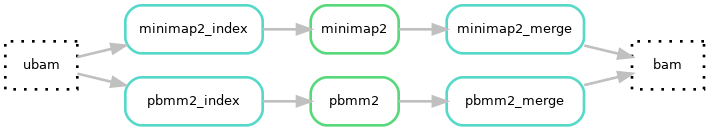
hydra-genetics/alignment keeps this Graphviz diagram as docs/images/alignment.longread.png. Above is the earlier version. Its source is kept beside it as docs/images/alignment.longread.dot. Source of this version:
```dot
digraph snakemake_dag {
             rankdir=LR;
	graph [bb="0,0,103,252",
		bgcolor=white,
		margin=0
	];
	node [fontname=sans,
		fontsize=10,
		label="\N",
		penwidth=2,
		style=rounded,
		shape=box
	];
	edge [color=grey,
		penwidth=2
	];
	10	[color="0.0 0.0 0.0",
		height=0.5,
		label="ubam",
		pos="51.5,18",
		width=0.75, style="dotted"];
	0	 [color="0.0 0.0 0.0",
		height=0.5,
		label="bam",
		pos="51.5,18",
		width=0.75, style="dotted"];
	2 -> 0	 [pos="e,51.5,36.413 51.5,71.831 51.5,64.131 51.5,54.974 51.5,46.417"];
	4	 [color="0.48 0.6 0.85",
		height=0.5,
		label=minimap2_index,
		pos="51.5,162",
		width=1.4306];
	2	 [color="0.48 0.6 0.85",
		height=0.5,
		label=minimap2_merge,
		pos="51.5,162",
		width=1.4306];
	3	 [color="0.38 0.6 0.85",
		height=0.5,
		label=minimap2,
		pos="51.5,234",
		width=0.91667];
	5	 [color="0.48 0.6 0.85",
		height=0.5,
		label=pbmm2_index,
		pos="51.5,162",
		width=1.4306];
	6	 [color="0.48 0.6 0.85",
		height=0.5,
		label=pbmm2_merge,
		pos="51.5,162",
		width=1.4306];
	7	 [color="0.38 0.6 0.85",
		height=0.5,
		label=pbmm2,
		pos="51.5,234",
		width=0.91667];
	3 -> 2	 [pos="e,51.5,180.41 51.5,215.83 51.5,208.13 51.5,198.97 51.5,190.42"];
	10 -> 4
	4 -> 3
	10 -> 5
	5 -> 7
	7 -> 6
	6 -> 0
}
```
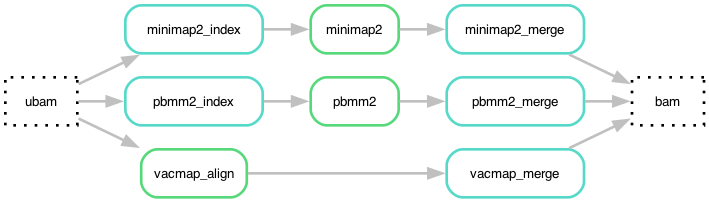
The same diagram one commit later.

Commit message:
docs: add vacmap_align and vacmap_merge documentation

What changed in the source:
```diff
@@ -62,4 +62,15 @@
 	5 -> 7
 	7 -> 6
 	6 -> 0
+	8	 [color="0.38 0.6 0.85",
+		height=0.5,
+		label=vacmap_align,
+		width=1.1];
+	9	 [color="0.48 0.6 0.85",
+		height=0.5,
+		label=vacmap_merge,
+		width=1.4306];
+	10 -> 8
+	8 -> 9
+	9 -> 0
 }
```
